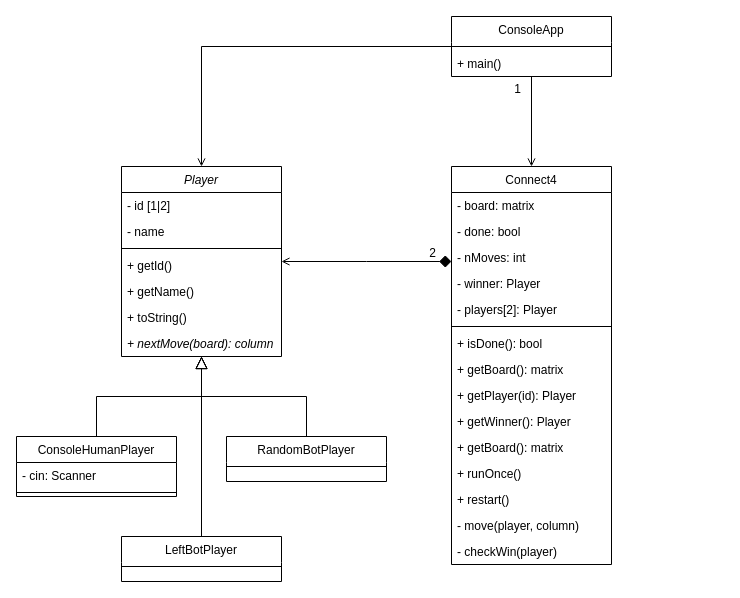
Above: u06/tarea_c4/doc/c4_diagram.drawio in fran-sc/prog-1920 (draw.io), before the change. Source tidied: cells renumbered, new cells numbered last; positions are measured from the earlier drawing's top-left corner, leaving out a move shared by most shapes. Both pictures are drawn from the tidied source at 100%, with x=0, y=0 at pixel (16, 16).
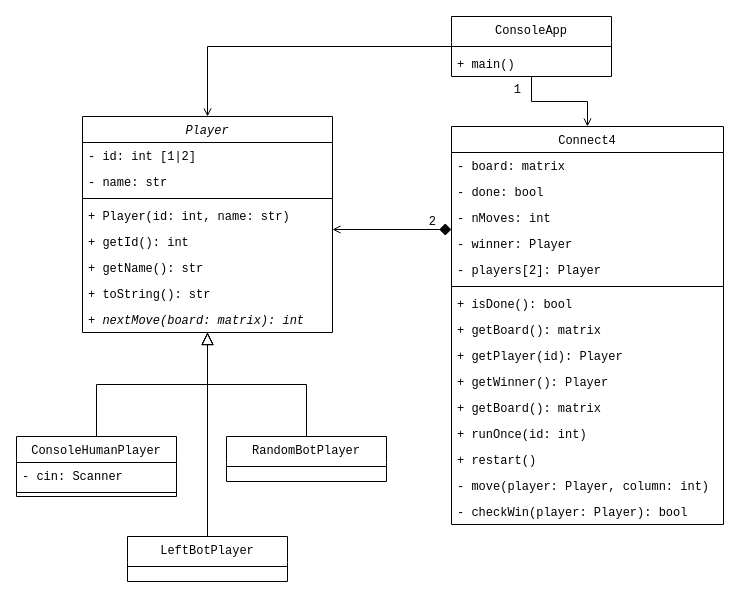
The same diagram, later.

What changed in the source:
```diff
@@
+    <mxCell id="44" style="edgeStyle=orthogonalEdgeStyle;rounded=0;jettySize=auto;html=1;fontFamily=Courier New;startArrow=block;startFill=0;endSize=6;endArrow=none;endFill=0;startSize=10;" parent="1" edge="1" source="2" target="41">
+      <mxGeometry relative="1" as="geometry" />
+    </mxCell>
-    <mxCell id="2" value="Player" style="swimlane;fontStyle=2;align=center;verticalAlign=top;horizontal=1;startSize=26;rounded=0;shadow=0;strokeWidth=1;" parent="1" vertex="1">
-      <mxGeometry x="105" y="150" width="160" height="190" as="geometry" />
+    <mxCell id="2" value="Player" style="swimlane;fontStyle=2;align=center;verticalAlign=top;horizontal=1;startSize=26;rounded=0;shadow=0;strokeWidth=1;fontFamily=Courier New;" parent="1" vertex="1">
+      <mxGeometry x="66" y="100" width="250" height="216" as="geometry" />
     </mxCell>
-    <mxCell id="3" value="- id [1|2]" style="text;align=left;verticalAlign=top;spacingLeft=4;spacingRight=4;overflow=hidden;" parent="2" vertex="1">
-      <mxGeometry y="26" width="160" height="26" as="geometry" />
+    <mxCell id="3" value="- id: int [1|2]" style="text;align=left;verticalAlign=top;spacingLeft=4;spacingRight=4;overflow=hidden;fontFamily=Courier New;" parent="2" vertex="1">
+      <mxGeometry y="26" width="250" height="26" as="geometry" />
     </mxCell>
-    <mxCell id="4" value="- name" style="text;align=left;verticalAlign=top;spacingLeft=4;spacingRight=4;overflow=hidden;rounded=0;shadow=0;html=0;" parent="2" vertex="1">
-      <mxGeometry y="52" width="160" height="26" as="geometry" />
+    <mxCell id="4" value="- name: str" style="text;align=left;verticalAlign=top;spacingLeft=4;spacingRight=4;overflow=hidden;rounded=0;shadow=0;html=0;fontFamily=Courier New;" parent="2" vertex="1">
+      <mxGeometry y="52" width="250" height="26" as="geometry" />
     </mxCell>
-    <mxCell id="5" style="line;html=1;strokeWidth=1;align=left;verticalAlign=middle;spacingTop=-1;spacingLeft=3;spacingRight=3;labelPosition=right;" parent="2" vertex="1">
-      <mxGeometry y="78" width="160" height="8" as="geometry" />
+    <mxCell id="5" style="line;html=1;strokeWidth=1;align=left;verticalAlign=middle;spacingTop=-1;spacingLeft=3;spacingRight=3;labelPosition=right;fontFamily=Courier New;" parent="2" vertex="1">
+      <mxGeometry y="78" width="250" height="8" as="geometry" />
     </mxCell>
+    <mxCell id="45" value="+ Player(id: int, name: str)" style="text;align=left;verticalAlign=top;spacingLeft=4;spacingRight=4;overflow=hidden;fontFamily=Courier New;" parent="2" vertex="1">
+      <mxGeometry y="86" width="250" height="26" as="geometry" />
+    </mxCell>
-    <mxCell id="6" value="+ getId()" style="text;align=left;verticalAlign=top;spacingLeft=4;spacingRight=4;overflow=hidden;" parent="2" vertex="1">
-      <mxGeometry y="86" width="160" height="26" as="geometry" />
+    <mxCell id="6" value="+ getId(): int" style="text;align=left;verticalAlign=top;spacingLeft=4;spacingRight=4;overflow=hidden;fontFamily=Courier New;" parent="2" vertex="1">
+      <mxGeometry y="112" width="250" height="26" as="geometry" />
     </mxCell>
-    <mxCell id="7" value="+ getName()" style="text;align=left;verticalAlign=top;spacingLeft=4;spacingRight=4;overflow=hidden;" parent="2" vertex="1">
-      <mxGeometry y="112" width="160" height="26" as="geometry" />
+    <mxCell id="7" value="+ getName(): str" style="text;align=left;verticalAlign=top;spacingLeft=4;spacingRight=4;overflow=hidden;fontFamily=Courier New;" parent="2" vertex="1">
+      <mxGeometry y="138" width="250" height="26" as="geometry" />
     </mxCell>
-    <mxCell id="8" value="+ toString()" style="text;align=left;verticalAlign=top;spacingLeft=4;spacingRight=4;overflow=hidden;" parent="2" vertex="1">
-      <mxGeometry y="138" width="160" height="26" as="geometry" />
+    <mxCell id="8" value="+ toString(): str" style="text;align=left;verticalAlign=top;spacingLeft=4;spacingRight=4;overflow=hidden;fontFamily=Courier New;" parent="2" vertex="1">
+      <mxGeometry y="164" width="250" height="26" as="geometry" />
     </mxCell>
-    <mxCell id="9" value="+ nextMove(board): column" style="text;align=left;verticalAlign=top;spacingLeft=4;spacingRight=4;overflow=hidden;fontStyle=2;" parent="2" vertex="1">
-      <mxGeometry y="164" width="160" height="26" as="geometry" />
+    <mxCell id="9" value="+ nextMove(board: matrix): int" style="text;align=left;verticalAlign=top;spacingLeft=4;spacingRight=4;overflow=hidden;fontStyle=2;fontFamily=Courier New;" parent="2" vertex="1">
+      <mxGeometry y="190" width="250" height="26" as="geometry" />
     </mxCell>
-    <mxCell id="10" value="Connect4" style="swimlane;fontStyle=0;align=center;verticalAlign=top;horizontal=1;startSize=26;rounded=0;shadow=0;strokeWidth=1;" parent="1" vertex="1">
-      <mxGeometry x="435" y="150" width="160" height="398" as="geometry" />
+    <mxCell id="10" value="Connect4" style="swimlane;fontStyle=0;align=center;verticalAlign=top;horizontal=1;startSize=26;rounded=0;shadow=0;strokeWidth=1;fontFamily=Courier New;" parent="1" vertex="1">
+      <mxGeometry x="435" y="110" width="272" height="398" as="geometry" />
     </mxCell>
-    <mxCell id="11" value="- board: matrix" style="text;align=left;verticalAlign=top;spacingLeft=4;spacingRight=4;overflow=hidden;" parent="10" vertex="1">
-      <mxGeometry y="26" width="160" height="26" as="geometry" />
+    <mxCell id="11" value="- board: matrix" style="text;align=left;verticalAlign=top;spacingLeft=4;spacingRight=4;overflow=hidden;fontFamily=Courier New;" parent="10" vertex="1">
+      <mxGeometry y="26" width="272" height="26" as="geometry" />
     </mxCell>
-    <mxCell id="12" value="- done: bool" style="text;align=left;verticalAlign=top;spacingLeft=4;spacingRight=4;overflow=hidden;" parent="10" vertex="1">
-      <mxGeometry y="52" width="160" height="26" as="geometry" />
+    <mxCell id="12" value="- done: bool" style="text;align=left;verticalAlign=top;spacingLeft=4;spacingRight=4;overflow=hidden;fontFamily=Courier New;" parent="10" vertex="1">
+      <mxGeometry y="52" width="272" height="26" as="geometry" />
     </mxCell>
-    <mxCell id="13" value="- nMoves: int" style="text;align=left;verticalAlign=top;spacingLeft=4;spacingRight=4;overflow=hidden;" parent="10" vertex="1">
-      <mxGeometry y="78" width="160" height="26" as="geometry" />
+    <mxCell id="13" value="- nMoves: int" style="text;align=left;verticalAlign=top;spacingLeft=4;spacingRight=4;overflow=hidden;fontFamily=Courier New;" parent="10" vertex="1">
+      <mxGeometry y="78" width="272" height="26" as="geometry" />
     </mxCell>
-    <mxCell id="14" value="- winner: Player" style="text;align=left;verticalAlign=top;spacingLeft=4;spacingRight=4;overflow=hidden;" parent="10" vertex="1">
-      <mxGeometry y="104" width="160" height="26" as="geometry" />
+    <mxCell id="14" value="- winner: Player" style="text;align=left;verticalAlign=top;spacingLeft=4;spacingRight=4;overflow=hidden;fontFamily=Courier New;" parent="10" vertex="1">
+      <mxGeometry y="104" width="272" height="26" as="geometry" />
     </mxCell>
-    <mxCell id="15" value="- players[2]: Player" style="text;align=left;verticalAlign=top;spacingLeft=4;spacingRight=4;overflow=hidden;" parent="10" vertex="1">
-      <mxGeometry y="130" width="160" height="26" as="geometry" />
+    <mxCell id="15" value="- players[2]: Player" style="text;align=left;verticalAlign=top;spacingLeft=4;spacingRight=4;overflow=hidden;fontFamily=Courier New;" parent="10" vertex="1">
+      <mxGeometry y="130" width="272" height="26" as="geometry" />
     </mxCell>
-    <mxCell id="16" style="line;html=1;strokeWidth=1;align=left;verticalAlign=middle;spacingTop=-1;spacingLeft=3;spacingRight=3;labelPosition=right;" parent="10" vertex="1">
-      <mxGeometry y="156" width="160" height="8" as="geometry" />
+    <mxCell id="16" style="line;html=1;strokeWidth=1;align=left;verticalAlign=middle;spacingTop=-1;spacingLeft=3;spacingRight=3;labelPosition=right;fontFamily=Courier New;" parent="10" vertex="1">
+      <mxGeometry y="156" width="272" height="8" as="geometry" />
     </mxCell>
-    <mxCell id="17" value="+ isDone(): bool" style="text;align=left;verticalAlign=top;spacingLeft=4;spacingRight=4;overflow=hidden;" parent="10" vertex="1">
-      <mxGeometry y="164" width="160" height="26" as="geometry" />
+    <mxCell id="17" value="+ isDone(): bool" style="text;align=left;verticalAlign=top;spacingLeft=4;spacingRight=4;overflow=hidden;fontFamily=Courier New;" parent="10" vertex="1">
+      <mxGeometry y="164" width="272" height="26" as="geometry" />
     </mxCell>
-    <mxCell id="18" value="+ getBoard(): matrix" style="text;align=left;verticalAlign=top;spacingLeft=4;spacingRight=4;overflow=hidden;" parent="10" vertex="1">
-      <mxGeometry y="190" width="160" height="26" as="geometry" />
+    <mxCell id="18" value="+ getBoard(): matrix" style="text;align=left;verticalAlign=top;spacingLeft=4;spacingRight=4;overflow=hidden;fontFamily=Courier New;" parent="10" vertex="1">
+      <mxGeometry y="190" width="272" height="26" as="geometry" />
     </mxCell>
-    <mxCell id="19" value="+ getPlayer(id): Player" style="text;align=left;verticalAlign=top;spacingLeft=4;spacingRight=4;overflow=hidden;" parent="10" vertex="1">
-      <mxGeometry y="216" width="160" height="26" as="geometry" />
+    <mxCell id="19" value="+ getPlayer(id): Player" style="text;align=left;verticalAlign=top;spacingLeft=4;spacingRight=4;overflow=hidden;fontFamily=Courier New;" parent="10" vertex="1">
+      <mxGeometry y="216" width="272" height="26" as="geometry" />
     </mxCell>
-    <mxCell id="20" value="+ getWinner(): Player" style="text;align=left;verticalAlign=top;spacingLeft=4;spacingRight=4;overflow=hidden;" parent="10" vertex="1">
-      <mxGeometry y="242" width="160" height="26" as="geometry" />
+    <mxCell id="20" value="+ getWinner(): Player" style="text;align=left;verticalAlign=top;spacingLeft=4;spacingRight=4;overflow=hidden;fontFamily=Courier New;" parent="10" vertex="1">
+      <mxGeometry y="242" width="272" height="26" as="geometry" />
     </mxCell>
-    <mxCell id="21" value="+ getBoard(): matrix" style="text;align=left;verticalAlign=top;spacingLeft=4;spacingRight=4;overflow=hidden;" parent="10" vertex="1">
-      <mxGeometry y="268" width="160" height="26" as="geometry" />
+    <mxCell id="21" value="+ getBoard(): matrix" style="text;align=left;verticalAlign=top;spacingLeft=4;spacingRight=4;overflow=hidden;fontFamily=Courier New;" parent="10" vertex="1">
+      <mxGeometry y="268" width="272" height="26" as="geometry" />
     </mxCell>
-    <mxCell id="22" value="+ runOnce()" style="text;align=left;verticalAlign=top;spacingLeft=4;spacingRight=4;overflow=hidden;" parent="10" vertex="1">
-      <mxGeometry y="294" width="160" height="26" as="geometry" />
+    <mxCell id="22" value="+ runOnce(id: int)" style="text;align=left;verticalAlign=top;spacingLeft=4;spacingRight=4;overflow=hidden;fontFamily=Courier New;" parent="10" vertex="1">
+      <mxGeometry y="294" width="272" height="26" as="geometry" />
     </mxCell>
-    <mxCell id="23" value="+ restart()" style="text;align=left;verticalAlign=top;spacingLeft=4;spacingRight=4;overflow=hidden;" parent="10" vertex="1">
-      <mxGeometry y="320" width="160" height="26" as="geometry" />
+    <mxCell id="23" value="+ restart()" style="text;align=left;verticalAlign=top;spacingLeft=4;spacingRight=4;overflow=hidden;fontFamily=Courier New;" parent="10" vertex="1">
+      <mxGeometry y="320" width="272" height="26" as="geometry" />
     </mxCell>
-    <mxCell id="24" value="- move(player, column)" style="text;align=left;verticalAlign=top;spacingLeft=4;spacingRight=4;overflow=hidden;" parent="10" vertex="1">
-      <mxGeometry y="346" width="160" height="26" as="geometry" />
+    <mxCell id="24" value="- move(player: Player, column: int)" style="text;align=left;verticalAlign=top;spacingLeft=4;spacingRight=4;overflow=hidden;fontFamily=Courier New;" parent="10" vertex="1">
+      <mxGeometry y="346" width="272" height="26" as="geometry" />
     </mxCell>
-    <mxCell id="25" value="- checkWin(player)" style="text;align=left;verticalAlign=top;spacingLeft=4;spacingRight=4;overflow=hidden;" parent="10" vertex="1">
-      <mxGeometry y="372" width="160" height="26" as="geometry" />
+    <mxCell id="25" value="- checkWin(player: Player): bool" style="text;align=left;verticalAlign=top;spacingLeft=4;spacingRight=4;overflow=hidden;fontFamily=Courier New;" parent="10" vertex="1">
+      <mxGeometry y="372" width="272" height="26" as="geometry" />
     </mxCell>
-    <mxCell id="26" style="endArrow=diamond;shadow=0;strokeWidth=1;rounded=0;endFill=1;edgeStyle=elbowEdgeStyle;elbow=vertical;startArrow=open;startFill=0;startSize=6;endSize=10;" parent="1" edge="1" source="2" target="10">
+    <mxCell id="26" style="endArrow=diamond;shadow=0;strokeWidth=1;rounded=0;endFill=1;edgeStyle=elbowEdgeStyle;elbow=vertical;startArrow=open;startFill=0;startSize=6;endSize=10;fontFamily=Courier New;" parent="1" edge="1" source="2" target="10">
       <mxGeometry x="0.5" y="41" relative="1" as="geometry">
         <mxPoint x="-40" y="32" as="offset" />
       </mxGeometry>
     </mxCell>
-    <mxCell id="27" value="2" style="align=right;verticalAlign=bottom;labelBackgroundColor=none;fontSize=12;" parent="26" vertex="1">
+    <mxCell id="27" value="2" style="align=right;verticalAlign=bottom;labelBackgroundColor=none;fontSize=12;fontFamily=Courier New;" parent="26" vertex="1">
       <mxGeometry x="1" relative="1" as="geometry">
         <mxPoint x="-14" as="offset" />
       </mxGeometry>
     </mxCell>
-    <mxCell id="28" style="edgeStyle=orthogonalEdgeStyle;rounded=0;jettySize=auto;html=1;exitX=0.5;exitY=0;exitDx=0;exitDy=0;entryX=0.5;entryY=1;entryDx=0;entryDy=0;endArrow=block;endFill=0;endSize=10;" parent="1" edge="1" source="29" target="2">
+    <mxCell id="28" style="edgeStyle=orthogonalEdgeStyle;rounded=0;jettySize=auto;html=1;exitX=0.5;exitY=0;exitDx=0;exitDy=0;entryX=0.5;entryY=1;entryDx=0;entryDy=0;endArrow=block;endFill=0;endSize=10;fontFamily=Courier New;" parent="1" edge="1" source="29" target="2">
       <mxGeometry relative="1" as="geometry" />
     </mxCell>
-    <mxCell id="29" value="ConsoleHumanPlayer" style="swimlane;fontStyle=0;align=center;verticalAlign=top;horizontal=1;startSize=26;rounded=0;shadow=0;strokeWidth=1;swimlaneLine=1;" parent="1" vertex="1">
+    <mxCell id="29" value="ConsoleHumanPlayer" style="swimlane;fontStyle=0;align=center;verticalAlign=top;horizontal=1;startSize=26;rounded=0;shadow=0;strokeWidth=1;swimlaneLine=1;fontFamily=Courier New;" parent="1" vertex="1">
       <mxGeometry y="420" width="160" height="60" as="geometry" />
     </mxCell>
-    <mxCell id="30" value="- cin: Scanner" style="text;align=left;verticalAlign=top;spacingLeft=4;spacingRight=4;overflow=hidden;rounded=0;shadow=0;html=0;" parent="29" vertex="1">
+    <mxCell id="30" value="- cin: Scanner" style="text;align=left;verticalAlign=top;spacingLeft=4;spacingRight=4;overflow=hidden;rounded=0;shadow=0;html=0;fontFamily=Courier New;" parent="29" vertex="1">
       <mxGeometry y="26" width="160" height="26" as="geometry" />
     </mxCell>
-    <mxCell id="31" style="line;html=1;strokeWidth=1;align=left;verticalAlign=middle;spacingTop=-1;spacingLeft=3;spacingRight=3;labelPosition=right;" parent="29" vertex="1">
+    <mxCell id="31" style="line;html=1;strokeWidth=1;align=left;verticalAlign=middle;spacingTop=-1;spacingLeft=3;spacingRight=3;labelPosition=right;fontFamily=Courier New;" parent="29" vertex="1">
       <mxGeometry y="52" width="160" height="8" as="geometry" />
     </mxCell>
-    <mxCell id="32" style="edgeStyle=orthogonalEdgeStyle;rounded=0;jettySize=auto;html=1;entryX=0.5;entryY=1;entryDx=0;entryDy=0;endArrow=block;endFill=0;endSize=10;" parent="1" edge="1" source="33" target="2">
+    <mxCell id="32" style="edgeStyle=orthogonalEdgeStyle;rounded=0;jettySize=auto;html=1;entryX=0.5;entryY=1;entryDx=0;entryDy=0;endArrow=block;endFill=0;endSize=10;fontFamily=Courier New;" parent="1" edge="1" source="33" target="2">
       <mxGeometry relative="1" as="geometry" />
     </mxCell>
-    <mxCell id="33" value="RandomBotPlayer" style="swimlane;fontStyle=0;align=center;verticalAlign=top;horizontal=1;startSize=26;rounded=0;shadow=0;strokeWidth=1;swimlaneLine=0;" parent="1" vertex="1">
+    <mxCell id="33" value="RandomBotPlayer" style="swimlane;fontStyle=0;align=center;verticalAlign=top;horizontal=1;startSize=26;rounded=0;shadow=0;strokeWidth=1;swimlaneLine=0;fontFamily=Courier New;" parent="1" vertex="1">
       <mxGeometry x="210" y="420" width="160" height="45" as="geometry" />
     </mxCell>
-    <mxCell id="34" style="line;html=1;strokeWidth=1;align=left;verticalAlign=middle;spacingTop=-1;spacingLeft=3;spacingRight=3;labelPosition=right;" parent="33" vertex="1">
+    <mxCell id="34" style="line;html=1;strokeWidth=1;align=left;verticalAlign=middle;spacingTop=-1;spacingLeft=3;spacingRight=3;labelPosition=right;fontFamily=Courier New;" parent="33" vertex="1">
       <mxGeometry y="26" width="160" height="8" as="geometry" />
     </mxCell>
-    <mxCell id="35" style="edgeStyle=orthogonalEdgeStyle;rounded=0;jettySize=auto;html=1;startArrow=open;startFill=0;startSize=6;endArrow=none;endFill=0;endSize=10;" parent="1" edge="1" source="10" target="37">
+    <mxCell id="35" style="edgeStyle=orthogonalEdgeStyle;rounded=0;jettySize=auto;html=1;startArrow=open;startFill=0;startSize=6;endArrow=none;endFill=0;endSize=10;fontFamily=Courier New;" parent="1" edge="1" source="10" target="37">
       <mxGeometry relative="1" as="geometry" />
     </mxCell>
-    <mxCell id="36" style="edgeStyle=orthogonalEdgeStyle;rounded=0;jettySize=auto;html=1;startArrow=open;startFill=0;startSize=6;endArrow=none;endFill=0;endSize=10;exitX=0.5;exitY=0;exitDx=0;exitDy=0;entryX=0;entryY=0.5;entryDx=0;entryDy=0;" parent="1" edge="1" source="2" target="37">
+    <mxCell id="36" style="edgeStyle=orthogonalEdgeStyle;rounded=0;jettySize=auto;html=1;startArrow=open;startFill=0;startSize=6;endArrow=none;endFill=0;endSize=10;exitX=0.5;exitY=0;exitDx=0;exitDy=0;entryX=0;entryY=0.5;entryDx=0;entryDy=0;fontFamily=Courier New;" parent="1" edge="1" source="2" target="37">
       <mxGeometry relative="1" as="geometry" />
     </mxCell>
-    <mxCell id="37" value="ConsoleApp" style="swimlane;fontStyle=0;align=center;verticalAlign=top;horizontal=1;startSize=26;rounded=0;shadow=0;strokeWidth=1;swimlaneLine=0;" parent="1" vertex="1">
+    <mxCell id="37" value="ConsoleApp" style="swimlane;fontStyle=0;align=center;verticalAlign=top;horizontal=1;startSize=26;rounded=0;shadow=0;strokeWidth=1;swimlaneLine=0;fontFamily=Courier New;" parent="1" vertex="1">
       <mxGeometry x="435" width="160" height="60" as="geometry" />
     </mxCell>
-    <mxCell id="38" style="line;html=1;strokeWidth=1;align=left;verticalAlign=middle;spacingTop=-1;spacingLeft=3;spacingRight=3;labelPosition=right;" parent="37" vertex="1">
+    <mxCell id="38" style="line;html=1;strokeWidth=1;align=left;verticalAlign=middle;spacingTop=-1;spacingLeft=3;spacingRight=3;labelPosition=right;fontFamily=Courier New;" parent="37" vertex="1">
       <mxGeometry y="26" width="160" height="8" as="geometry" />
     </mxCell>
-    <mxCell id="39" value="+ main()" style="text;align=left;verticalAlign=top;spacingLeft=4;spacingRight=4;overflow=hidden;" parent="37" vertex="1">
+    <mxCell id="39" value="+ main()" style="text;align=left;verticalAlign=top;spacingLeft=4;spacingRight=4;overflow=hidden;fontFamily=Courier New;" parent="37" vertex="1">
       <mxGeometry y="34" width="160" height="26" as="geometry" />
     </mxCell>
-    <mxCell id="40" value="1" style="align=right;verticalAlign=bottom;labelBackgroundColor=none;fontSize=12;" parent="1" vertex="1">
+    <mxCell id="40" value="1" style="align=right;verticalAlign=bottom;labelBackgroundColor=none;fontSize=12;fontFamily=Courier New;" parent="1" vertex="1">
       <mxGeometry x="515" y="200" as="geometry">
         <mxPoint x="-9" y="-119" as="offset" />
       </mxGeometry>
     </mxCell>
-    <mxCell id="41" value="LeftBotPlayer" style="swimlane;fontStyle=0;align=center;verticalAlign=top;horizontal=1;startSize=26;rounded=0;shadow=0;strokeWidth=1;swimlaneLine=0;" parent="1" vertex="1">
-      <mxGeometry x="105" y="520" width="160" height="45" as="geometry" />
+    <mxCell id="41" value="LeftBotPlayer" style="swimlane;fontStyle=0;align=center;verticalAlign=top;horizontal=1;startSize=26;rounded=0;shadow=0;strokeWidth=1;swimlaneLine=0;fontFamily=Courier New;" parent="1" vertex="1">
+      <mxGeometry x="111" y="520" width="160" height="45" as="geometry" />
     </mxCell>
-    <mxCell id="42" style="line;html=1;strokeWidth=1;align=left;verticalAlign=middle;spacingTop=-1;spacingLeft=3;spacingRight=3;labelPosition=right;" parent="41" vertex="1">
+    <mxCell id="42" style="line;html=1;strokeWidth=1;align=left;verticalAlign=middle;spacingTop=-1;spacingLeft=3;spacingRight=3;labelPosition=right;fontFamily=Courier New;" parent="41" vertex="1">
       <mxGeometry y="26" width="160" height="8" as="geometry" />
     </mxCell>
-    <mxCell id="43" style="edgeStyle=orthogonalEdgeStyle;rounded=0;jettySize=auto;html=1;exitX=0.5;exitY=0;exitDx=0;exitDy=0;endArrow=block;endFill=0;endSize=10;" parent="1" edge="1" source="41">
-      <mxGeometry relative="1" as="geometry">
-        <mxPoint x="185" y="340" as="targetPoint" />
-      </mxGeometry>
-    </mxCell>
```
